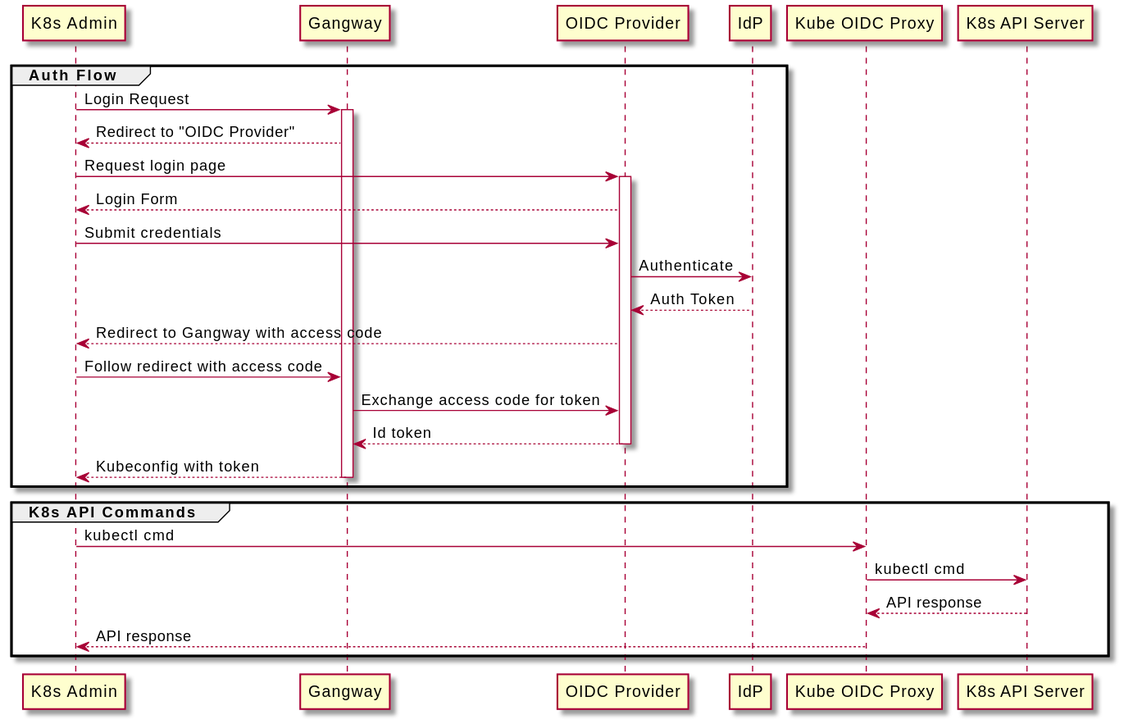
retaildevcrews/aks-oidc-proxy keeps this PlantUML diagram as docs/diagrams/out/AKS-OIDC-Login-and-K8s-Request.svg. Above is the earlier version.
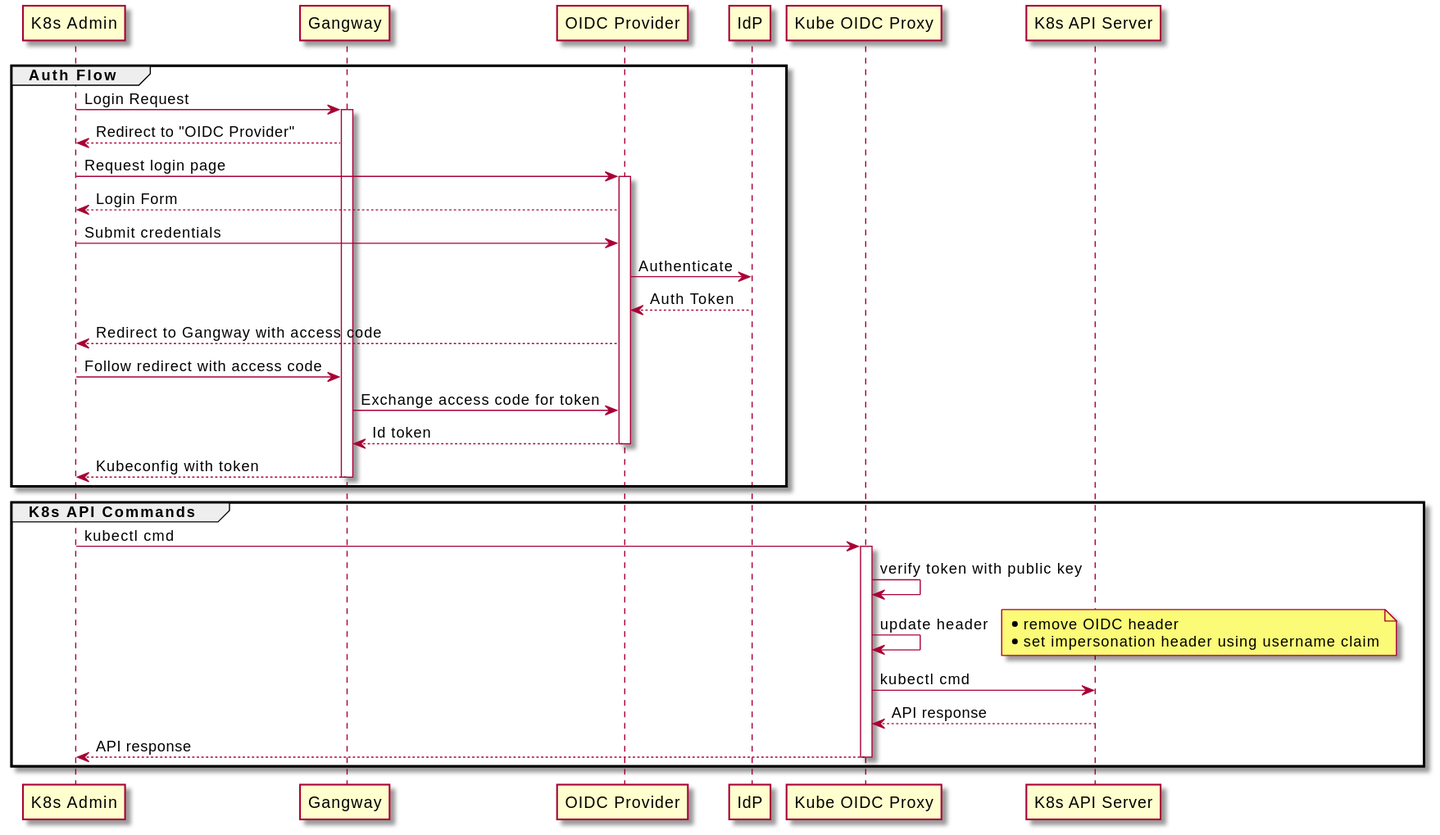
The same file after the commit.

What changed in the source:
```diff
@@ -19,8 +19,16 @@
 end
 group K8s API Commands
     "K8s Admin"->"Kube OIDC Proxy": kubectl cmd
+    activate "Kube OIDC Proxy"
+    "Kube OIDC Proxy" -> "Kube OIDC Proxy": verify token with public key
+    "Kube OIDC Proxy" -> "Kube OIDC Proxy": update header
+    note right
+        * remove OIDC header
+        * set impersonation header using username claim
+    end note
     "Kube OIDC Proxy" -> "K8s API Server": kubectl cmd
     "K8s API Server" --> "Kube OIDC Proxy": API response
     "Kube OIDC Proxy" --> "K8s Admin": API response
+    deactivate "Kube OIDC Proxy"
 end
 @enduml
```
